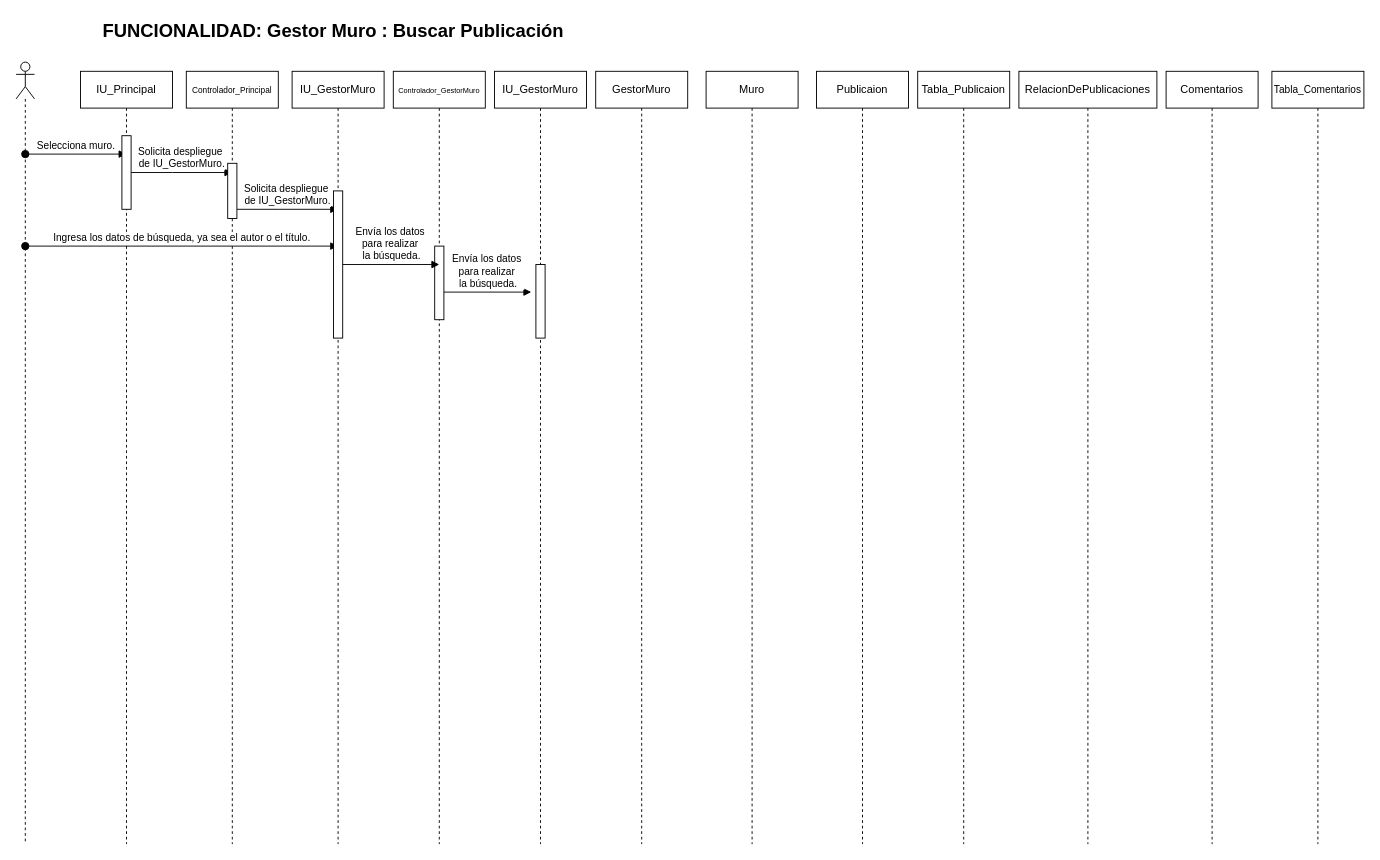
Above: page "Page-2" (2 of 3) of Untitled Diagram.drawio in GamalielAbad12/UnProyecto (draw.io), before the change. Source tidied: cells renumbered, new cells numbered last; positions are measured from the earlier drawing's top-left corner, leaving out a move shared by most shapes. Both pictures are drawn from the tidied source at 92%, with x=0, y=0 at pixel (16, 16).
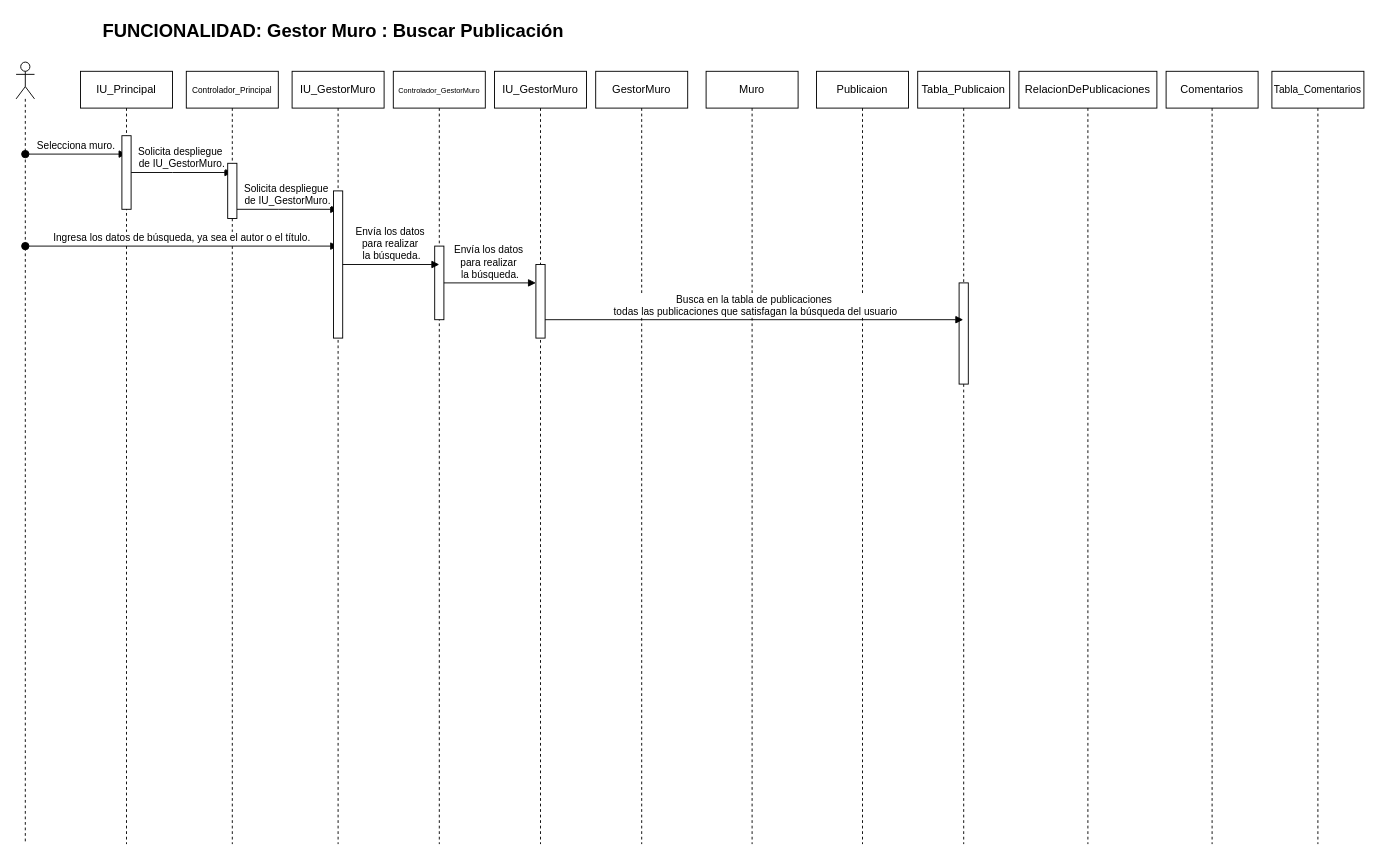
The same diagram, later.

The change refers to these unchanged cells:
```xml
<mxCell id="7" style="html=1;points=[[0,0,0,0,5],[0,1,0,0,-5],[1,0,0,0,5],[1,1,0,0,-5]];perimeter=orthogonalPerimeter;outlineConnect=0;targetShapes=umlLifeline;portConstraint=eastwest;newEdgeStyle={&quot;curved&quot;:0,&quot;rounded&quot;:0};" parent="6" vertex="1">
  <mxGeometry x="45" y="210" width="10" height="80" as="geometry" />
</mxCell>
<mxCell id="13" value="Tabla_Publicaion" style="shape=umlLifeline;perimeter=lifelinePerimeter;whiteSpace=wrap;html=1;outlineConnect=0;portConstraint=eastwest;newEdgeStyle={&quot;curved&quot;:0,&quot;rounded&quot;:0};" parent="1" vertex="1">
  <mxGeometry x="980" y="60" width="100" height="840" as="geometry" />
</mxCell>
<mxCell id="24" style="html=1;points=[[0,0,0,0,5],[0,1,0,0,-5],[1,0,0,0,5],[1,1,0,0,-5]];perimeter=orthogonalPerimeter;outlineConnect=0;targetShapes=umlLifeline;portConstraint=eastwest;newEdgeStyle={&quot;curved&quot;:0,&quot;rounded&quot;:0};" parent="1" vertex="1">
  <mxGeometry x="455" y="250" width="10" height="80" as="geometry" />
</mxCell>
```

The edit, as a diff of the source:
```diff
@@
+    <mxCell id="27" style="html=1;perimeter=orthogonalPerimeter;targetShapes=umlLifeline;newEdgeStyle={&quot;curved&quot;:0,&quot;rounded&quot;:0};" parent="13" vertex="1">
+      <mxGeometry x="45" y="230" width="10" height="110" as="geometry" />
+    </mxCell>
@@
-    <mxCell id="26" value="Envía los datos&amp;nbsp;&lt;div&gt;para realizar&amp;nbsp;&lt;/div&gt;&lt;div&gt;la búsqueda.&lt;/div&gt;" style="html=1;verticalAlign=bottom;endArrow=block;curved=0;rounded=0;" parent="1" edge="1" source="24">
-      <mxGeometry relative="1" as="geometry">
-        <mxPoint x="560" y="300" as="targetPoint" />
-      </mxGeometry>
+    <mxCell id="26" value="Envía los datos&amp;nbsp;&lt;div&gt;para realizar&amp;nbsp;&lt;/div&gt;&lt;div&gt;la búsqueda.&lt;/div&gt;" style="html=1;verticalAlign=bottom;endArrow=block;curved=0;rounded=0;" parent="1" edge="1" source="24" target="7">
+      <mxGeometry relative="1" as="geometry" />
     </mxCell>
+    <mxCell id="28" value="Busca en la tabla de publicaciones&lt;div&gt;&amp;nbsp;todas las publicaciones que satisfagan la búsqueda del usuario&lt;/div&gt;" style="html=1;verticalAlign=bottom;endArrow=block;curved=0;rounded=0;" parent="1" edge="1" target="13">
+      <mxGeometry relative="1" as="geometry">
+        <mxPoint x="575" y="330" as="sourcePoint" />
+      </mxGeometry>
+    </mxCell>
```
